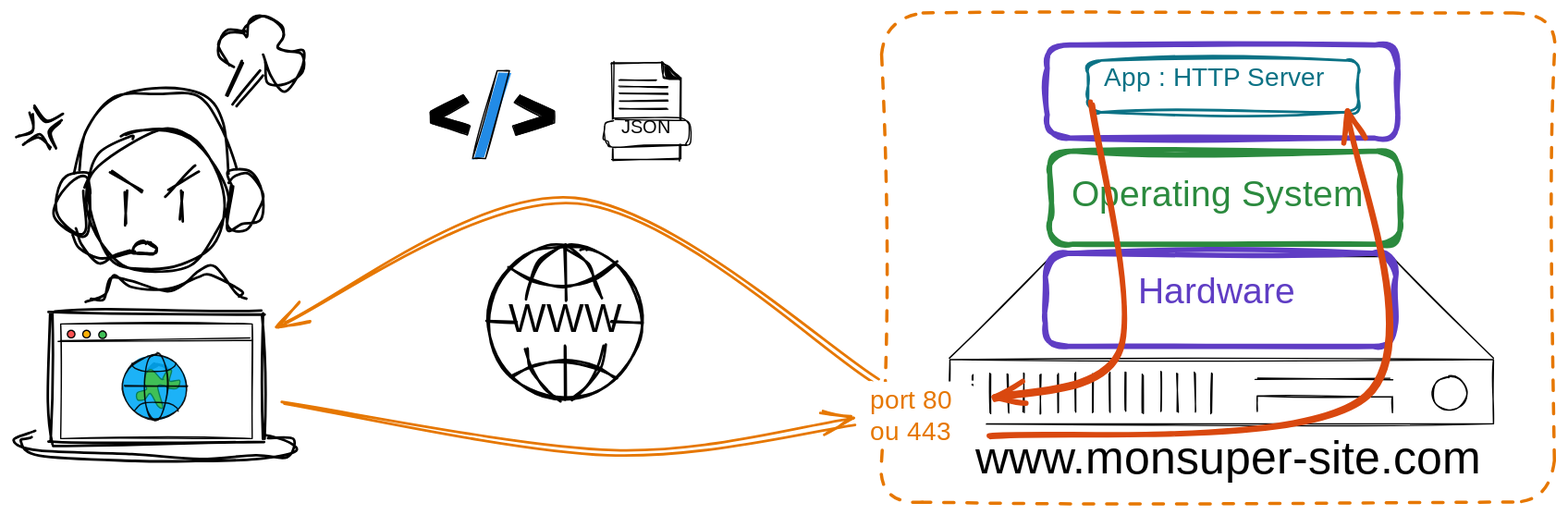
Above: notebooks/media/server-app.excalidraw.svg in ue22-p25/backend (Excalidraw), before the change. Source tidied: one line per element, renumbered; positions are measured from the earlier drawing's top-left corner, leaving out a move shared by most shapes.
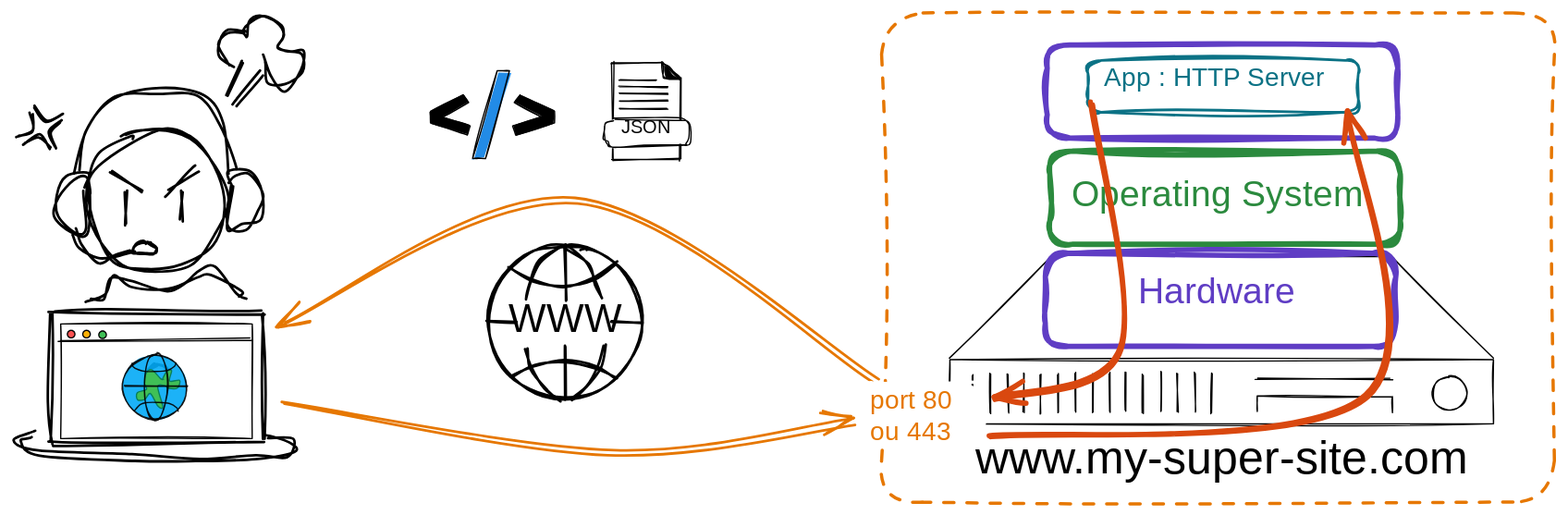
Above is the later version.

Diff of the diagram source:
```diff
@@ -27,7 +27,7 @@
 {"id": 26, "type": "rectangle", "strokeColor": "#5f3dc4", "strokeWidth": 4, "roughness": 2, "round": true, "x": 798, "y": 25, "width": 271, "height": 72}
 {"id": 27, "type": "rectangle", "strokeColor": "#0b7285", "strokeWidth": 2, "roughness": 2, "round": true, "x": 829, "y": 37, "width": 209, "height": 40}
 {"id": 28, "type": "text", "text": "App : HTTP Server", "strokeColor": "#0b7285", "strokeWidth": 2, "roughness": 2, "fontSize": 20, "fontFamily": 1, "x": 841, "y": 39, "width": 186, "height": 24}
-{"id": 29, "type": "text", "text": "www.monsuper-site.com", "strokeColor": "#000000", "strokeWidth": 2, "roughness": 2, "fontSize": 36, "fontFamily": 1, "x": 742, "y": 325, "width": 381, "height": 43}
+{"id": 29, "type": "text", "text": "www.my-super-site.com", "strokeColor": "#000000", "strokeWidth": 2, "roughness": 2, "fontSize": 36, "fontFamily": 1, "x": 742, "y": 325, "width": 376, "height": 43}
 {"id": 30, "type": "ellipse", "strokeColor": "#000", "strokeWidth": 2, "roughness": 2, "round": true, "x": 55, "y": 89, "width": 108, "height": 112}
 {"id": 31, "type": "line", "strokeColor": "#000", "strokeWidth": 2, "roughness": 2, "round": true, "x": 55, "y": 138, "width": 25, "height": 44, "points": [[0, 0], [0, -13], [-14, -11], [-25, 5], [-22, 22], [-10, 30], [0, 31], [0, 0]]}
 {"id": 32, "type": "line", "strokeColor": "#000", "strokeWidth": 2, "roughness": 2, "round": true, "x": 167, "y": 136, "width": 24, "height": 44, "points": [[0, 0], [0, -13], [14, -11], [24, 5], [22, 22], [10, 30], [0, 31], [0, 0]]}
```
